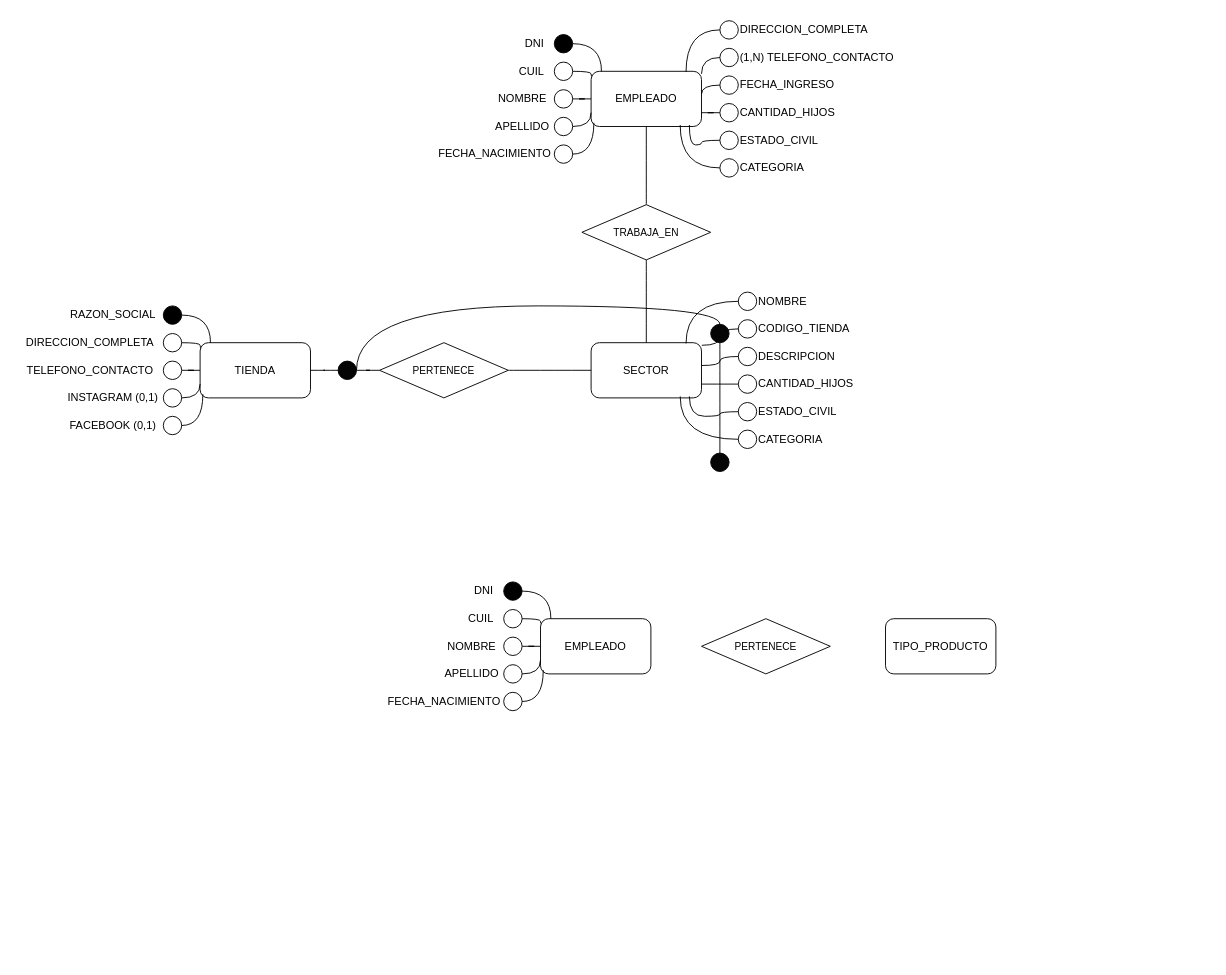
This is Practica_2 /Modelado_4.drawio from imnotsetro/DBD, a draw.io file, before an edit. Source tidied: cells renumbered, new cells numbered last; positions are measured from the earlier drawing's top-left corner, leaving out a move shared by most shapes. Both pictures are drawn from the tidied source at 92%, with x=0, y=0 at pixel (16, 16).
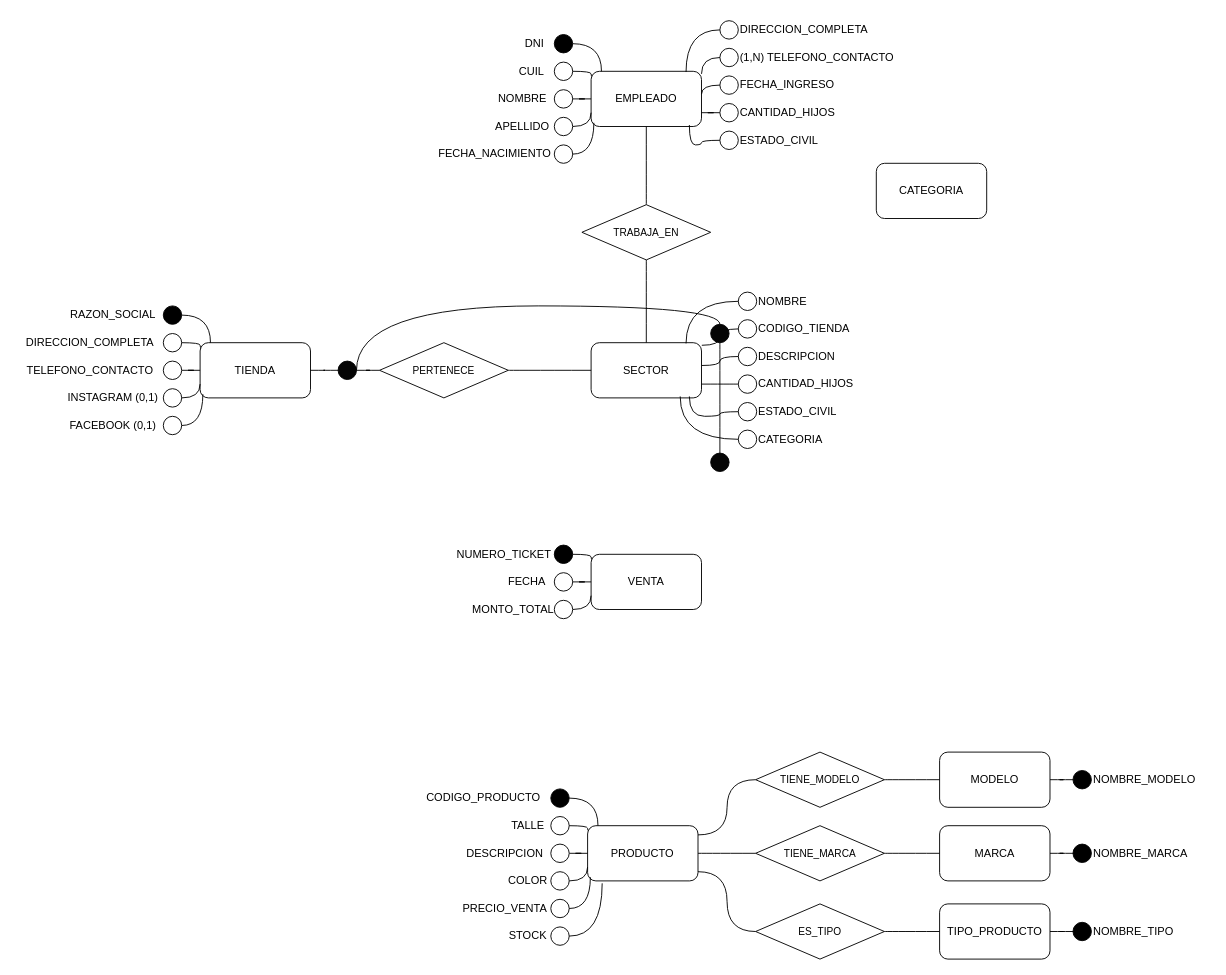
Above is the later version.

Unchanged cells that the change refers to:
```xml
<mxCell id="19" value="EMPLEADO" style="rounded=1;whiteSpace=wrap;html=1;" parent="1" vertex="1">
  <mxGeometry x="625" y="60" width="120" height="60" as="geometry" />
</mxCell>
```

What changed in the source:
```diff
@@
-    <mxCell id="45" value="CATEGORIA" style="text;html=1;align=left;verticalAlign=middle;strokeColor=none;fillColor=none;" parent="1" vertex="1">
-      <mxGeometry x="785" y="150" width="90" height="30" as="geometry" />
-    </mxCell>
@@
-    <mxCell id="47" style="ellipse;whiteSpace=wrap;html=1;" parent="1" vertex="1">
-      <mxGeometry x="765" y="155" width="20" height="20" as="geometry" />
-    </mxCell>
-    <mxCell id="48" style="edgeStyle=orthogonalEdgeStyle;shape=connector;curved=1;rounded=0;jettySize=auto;html=1;entryX=0.807;entryY=0.973;entryDx=0;entryDy=0;entryPerimeter=0;strokeColor=default;align=center;verticalAlign=middle;fontFamily=Helvetica;fontSize=11;fontColor=default;labelBackgroundColor=default;endArrow=none;endFill=0;" parent="1" edge="1" source="47" target="19">
-      <mxGeometry relative="1" as="geometry" />
-    </mxCell>
@@
+    <mxCell id="101" style="edgeStyle=orthogonalEdgeStyle;shape=connector;curved=1;rounded=0;jettySize=auto;html=1;strokeColor=default;align=center;verticalAlign=middle;fontFamily=Helvetica;fontSize=11;fontColor=default;labelBackgroundColor=default;endArrow=none;endFill=0;" parent="1" edge="1" source="83" target="107">
+      <mxGeometry relative="1" as="geometry" />
+    </mxCell>
     <mxCell id="83" value="TIPO_PRODUCTO" style="rounded=1;whiteSpace=wrap;html=1;" parent="1" vertex="1">
-      <mxGeometry x="945" y="655" width="120" height="60" as="geometry" />
+      <mxGeometry x="1003.8" y="965" width="120" height="60" as="geometry" />
     </mxCell>
+    <mxCell id="102" style="edgeStyle=orthogonalEdgeStyle;shape=connector;curved=1;rounded=0;jettySize=auto;html=1;entryX=0;entryY=0.5;entryDx=0;entryDy=0;strokeColor=default;align=center;verticalAlign=middle;fontFamily=Helvetica;fontSize=11;fontColor=default;labelBackgroundColor=default;endArrow=none;endFill=0;" parent="1" edge="1" source="84" target="100">
+      <mxGeometry relative="1" as="geometry">
+        <Array as="points">
+          <mxPoint x="772.8" y="930" />
+          <mxPoint x="772.8" y="995" />
+        </Array>
+      </mxGeometry>
+    </mxCell>
+    <mxCell id="103" style="edgeStyle=orthogonalEdgeStyle;shape=connector;curved=1;rounded=0;jettySize=auto;html=1;entryX=0;entryY=0.5;entryDx=0;entryDy=0;strokeColor=default;align=center;verticalAlign=middle;fontFamily=Helvetica;fontSize=11;fontColor=default;labelBackgroundColor=default;endArrow=none;endFill=0;" parent="1" edge="1" source="84" target="113">
+      <mxGeometry relative="1" as="geometry" />
+    </mxCell>
+    <mxCell id="104" style="edgeStyle=orthogonalEdgeStyle;shape=connector;curved=1;rounded=0;jettySize=auto;html=1;entryX=0;entryY=0.5;entryDx=0;entryDy=0;strokeColor=default;align=center;verticalAlign=middle;fontFamily=Helvetica;fontSize=11;fontColor=default;labelBackgroundColor=default;endArrow=none;endFill=0;" parent="1" edge="1" source="84" target="119">
+      <mxGeometry relative="1" as="geometry">
+        <Array as="points">
+          <mxPoint x="772.8" y="890" />
+          <mxPoint x="772.8" y="830" />
+        </Array>
+      </mxGeometry>
+    </mxCell>
-    <mxCell id="84" value="EMPLEADO" style="rounded=1;whiteSpace=wrap;html=1;" parent="1" vertex="1">
-      <mxGeometry x="570" y="655" width="120" height="60" as="geometry" />
+    <mxCell id="84" value="PRODUCTO" style="rounded=1;whiteSpace=wrap;html=1;" parent="1" vertex="1">
+      <mxGeometry x="621.2" y="880" width="120" height="60" as="geometry" />
     </mxCell>
     <mxCell id="85" style="ellipse;whiteSpace=wrap;html=1;fillColor=#000000;" parent="1" vertex="1">
-      <mxGeometry x="530" y="615" width="20" height="20" as="geometry" />
+      <mxGeometry x="581.2" y="840" width="20" height="20" as="geometry" />
     </mxCell>
-    <mxCell id="86" value="&lt;div&gt;DNI&lt;br&gt;&lt;/div&gt;" style="text;html=1;align=right;verticalAlign=middle;strokeColor=none;fillColor=none;" parent="1" vertex="1">
-      <mxGeometry x="480" y="610" width="40" height="30" as="geometry" />
+    <mxCell id="86" value="CODIGO_PRODUCTO" style="text;html=1;align=right;verticalAlign=middle;strokeColor=none;fillColor=none;" parent="1" vertex="1">
+      <mxGeometry x="421.2" y="835" width="150" height="30" as="geometry" />
     </mxCell>
     <mxCell id="87" style="ellipse;whiteSpace=wrap;html=1;" parent="1" vertex="1">
-      <mxGeometry x="530" y="645" width="20" height="20" as="geometry" />
+      <mxGeometry x="581.2" y="870" width="20" height="20" as="geometry" />
     </mxCell>
-    <mxCell id="88" value="CUIL" style="text;html=1;align=center;verticalAlign=middle;strokeColor=none;fillColor=none;" parent="1" vertex="1">
-      <mxGeometry x="480" y="640" width="50" height="30" as="geometry" />
+    <mxCell id="88" value="TALLE" style="text;html=1;align=center;verticalAlign=middle;strokeColor=none;fillColor=none;" parent="1" vertex="1">
+      <mxGeometry x="526.2" y="865" width="60" height="30" as="geometry" />
     </mxCell>
@@
     <mxCell id="90" style="ellipse;whiteSpace=wrap;html=1;" parent="1" vertex="1">
-      <mxGeometry x="530" y="675" width="20" height="20" as="geometry" />
+      <mxGeometry x="581.2" y="900" width="20" height="20" as="geometry" />
     </mxCell>
-    <mxCell id="91" value="NOMBRE" style="text;html=1;align=center;verticalAlign=middle;strokeColor=none;fillColor=none;" parent="1" vertex="1">
-      <mxGeometry x="455" y="670" width="80" height="30" as="geometry" />
+    <mxCell id="91" value="DESCRIPCION" style="text;html=1;align=center;verticalAlign=middle;strokeColor=none;fillColor=none;" parent="1" vertex="1">
+      <mxGeometry x="476.2" y="895" width="110" height="30" as="geometry" />
     </mxCell>
@@
     <mxCell id="93" style="ellipse;whiteSpace=wrap;html=1;" parent="1" vertex="1">
-      <mxGeometry x="530" y="705" width="20" height="20" as="geometry" />
+      <mxGeometry x="581.2" y="930" width="20" height="20" as="geometry" />
     </mxCell>
-    <mxCell id="94" value="APELLIDO" style="text;html=1;align=center;verticalAlign=middle;strokeColor=none;fillColor=none;" parent="1" vertex="1">
-      <mxGeometry x="455" y="700" width="80" height="30" as="geometry" />
+    <mxCell id="94" value="COLOR" style="text;html=1;align=center;verticalAlign=middle;strokeColor=none;fillColor=none;" parent="1" vertex="1">
+      <mxGeometry x="521.2" y="925" width="70" height="30" as="geometry" />
     </mxCell>
     <mxCell id="95" style="ellipse;whiteSpace=wrap;html=1;" parent="1" vertex="1">
-      <mxGeometry x="530" y="735" width="20" height="20" as="geometry" />
+      <mxGeometry x="581.2" y="960" width="20" height="20" as="geometry" />
     </mxCell>
-    <mxCell id="96" value="FECHA_NACIMIENTO" style="text;html=1;align=center;verticalAlign=middle;strokeColor=none;fillColor=none;" parent="1" vertex="1">
-      <mxGeometry x="395" y="730" width="140" height="30" as="geometry" />
+    <mxCell id="96" value="PRECIO_VENTA" style="text;html=1;align=center;verticalAlign=middle;strokeColor=none;fillColor=none;" parent="1" vertex="1">
+      <mxGeometry x="476.2" y="955" width="110" height="30" as="geometry" />
     </mxCell>
@@
+    <mxCell id="105" style="edgeStyle=orthogonalEdgeStyle;shape=connector;curved=1;rounded=0;jettySize=auto;html=1;strokeColor=default;align=center;verticalAlign=middle;fontFamily=Helvetica;fontSize=11;fontColor=default;labelBackgroundColor=default;endArrow=none;endFill=0;" parent="1" edge="1" source="100" target="83">
+      <mxGeometry relative="1" as="geometry" />
+    </mxCell>
-    <mxCell id="100" value="PERTENECE" style="rhombus;whiteSpace=wrap;html=1;fontFamily=Helvetica;fontSize=11;fontColor=default;labelBackgroundColor=default;" parent="1" vertex="1">
-      <mxGeometry x="745" y="655" width="140" height="60" as="geometry" />
+    <mxCell id="100" value="ES_TIPO" style="rhombus;whiteSpace=wrap;html=1;fontFamily=Helvetica;fontSize=11;fontColor=default;labelBackgroundColor=default;" parent="1" vertex="1">
+      <mxGeometry x="803.8" y="965" width="140" height="60" as="geometry" />
     </mxCell>
+    <mxCell id="106" value="NOMBRE_TIPO" style="text;html=1;align=left;verticalAlign=middle;strokeColor=none;fillColor=none;" parent="1" vertex="1">
+      <mxGeometry x="1168.8" y="980" width="110" height="30" as="geometry" />
+    </mxCell>
+    <mxCell id="107" style="ellipse;whiteSpace=wrap;html=1;fillColor=#000000;" parent="1" vertex="1">
+      <mxGeometry x="1148.8" y="985" width="20" height="20" as="geometry" />
+    </mxCell>
+    <mxCell id="45" value="CATEGORIA" style="rounded=1;whiteSpace=wrap;html=1;" parent="1" vertex="1">
+      <mxGeometry x="935" y="160" width="120" height="60" as="geometry" />
+    </mxCell>
+    <mxCell id="108" style="edgeStyle=orthogonalEdgeStyle;shape=connector;curved=1;rounded=0;jettySize=auto;html=1;strokeColor=default;align=center;verticalAlign=middle;fontFamily=Helvetica;fontSize=11;fontColor=default;labelBackgroundColor=default;endArrow=none;endFill=0;" parent="1" edge="1" source="109" target="111">
+      <mxGeometry relative="1" as="geometry" />
+    </mxCell>
+    <mxCell id="109" value="MARCA" style="rounded=1;whiteSpace=wrap;html=1;" parent="1" vertex="1">
+      <mxGeometry x="1003.8" y="880" width="120" height="60" as="geometry" />
+    </mxCell>
+    <mxCell id="110" value="NOMBRE_MARCA" style="text;html=1;align=left;verticalAlign=middle;strokeColor=none;fillColor=none;" parent="1" vertex="1">
+      <mxGeometry x="1168.8" y="895" width="120" height="30" as="geometry" />
+    </mxCell>
+    <mxCell id="111" style="ellipse;whiteSpace=wrap;html=1;fillColor=#000000;" parent="1" vertex="1">
+      <mxGeometry x="1148.8" y="900" width="20" height="20" as="geometry" />
+    </mxCell>
+    <mxCell id="112" style="edgeStyle=orthogonalEdgeStyle;shape=connector;curved=1;rounded=0;jettySize=auto;html=1;strokeColor=default;align=center;verticalAlign=middle;fontFamily=Helvetica;fontSize=11;fontColor=default;labelBackgroundColor=default;endArrow=none;endFill=0;" parent="1" edge="1" source="113" target="109">
+      <mxGeometry relative="1" as="geometry" />
+    </mxCell>
+    <mxCell id="113" value="TIENE_MARCA" style="rhombus;whiteSpace=wrap;html=1;fontFamily=Helvetica;fontSize=11;fontColor=default;labelBackgroundColor=default;" parent="1" vertex="1">
+      <mxGeometry x="803.8" y="880" width="140" height="60" as="geometry" />
+    </mxCell>
+    <mxCell id="114" style="edgeStyle=orthogonalEdgeStyle;shape=connector;curved=1;rounded=0;jettySize=auto;html=1;strokeColor=default;align=center;verticalAlign=middle;fontFamily=Helvetica;fontSize=11;fontColor=default;labelBackgroundColor=default;endArrow=none;endFill=0;" parent="1" edge="1" source="115" target="117">
+      <mxGeometry relative="1" as="geometry" />
+    </mxCell>
+    <mxCell id="115" value="MODELO" style="rounded=1;whiteSpace=wrap;html=1;" parent="1" vertex="1">
+      <mxGeometry x="1003.8" y="800" width="120" height="60" as="geometry" />
+    </mxCell>
+    <mxCell id="116" value="NOMBRE_MODELO" style="text;html=1;align=left;verticalAlign=middle;strokeColor=none;fillColor=none;" parent="1" vertex="1">
+      <mxGeometry x="1168.8" y="815" width="130" height="30" as="geometry" />
+    </mxCell>
+    <mxCell id="117" style="ellipse;whiteSpace=wrap;html=1;fillColor=#000000;" parent="1" vertex="1">
+      <mxGeometry x="1148.8" y="820" width="20" height="20" as="geometry" />
+    </mxCell>
+    <mxCell id="118" style="edgeStyle=orthogonalEdgeStyle;shape=connector;curved=1;rounded=0;jettySize=auto;html=1;strokeColor=default;align=center;verticalAlign=middle;fontFamily=Helvetica;fontSize=11;fontColor=default;labelBackgroundColor=default;endArrow=none;endFill=0;" parent="1" edge="1" source="119" target="115">
+      <mxGeometry relative="1" as="geometry" />
+    </mxCell>
+    <mxCell id="119" value="TIENE_MODELO" style="rhombus;whiteSpace=wrap;html=1;fontFamily=Helvetica;fontSize=11;fontColor=default;labelBackgroundColor=default;" parent="1" vertex="1">
+      <mxGeometry x="803.8" y="800" width="140" height="60" as="geometry" />
+    </mxCell>
+    <mxCell id="120" style="ellipse;whiteSpace=wrap;html=1;" parent="1" vertex="1">
+      <mxGeometry x="581.2" y="990" width="20" height="20" as="geometry" />
+    </mxCell>
+    <mxCell id="121" style="edgeStyle=orthogonalEdgeStyle;shape=connector;curved=1;rounded=0;jettySize=auto;html=1;entryX=0.132;entryY=1.044;entryDx=0;entryDy=0;entryPerimeter=0;strokeColor=default;align=center;verticalAlign=middle;fontFamily=Helvetica;fontSize=11;fontColor=default;labelBackgroundColor=default;endArrow=none;endFill=0;" parent="1" edge="1" source="120" target="84">
+      <mxGeometry relative="1" as="geometry" />
+    </mxCell>
+    <mxCell id="122" value="STOCK" style="text;html=1;align=center;verticalAlign=middle;strokeColor=none;fillColor=none;" parent="1" vertex="1">
+      <mxGeometry x="526.2" y="985" width="60" height="30" as="geometry" />
+    </mxCell>
+    <mxCell id="123" value="VENTA" style="rounded=1;whiteSpace=wrap;html=1;" parent="1" vertex="1">
+      <mxGeometry x="625" y="585" width="120" height="60" as="geometry" />
+    </mxCell>
+    <mxCell id="124" style="ellipse;whiteSpace=wrap;html=1;fillColor=#000000;" parent="1" vertex="1">
+      <mxGeometry x="585" y="575" width="20" height="20" as="geometry" />
+    </mxCell>
+    <mxCell id="125" value="NUMERO_TICKET" style="text;html=1;align=center;verticalAlign=middle;strokeColor=none;fillColor=none;" parent="1" vertex="1">
+      <mxGeometry x="465" y="570" width="130" height="30" as="geometry" />
+    </mxCell>
+    <mxCell id="126" style="edgeStyle=orthogonalEdgeStyle;shape=connector;curved=1;rounded=0;jettySize=auto;html=1;entryX=0;entryY=0.5;entryDx=0;entryDy=0;strokeColor=default;align=center;verticalAlign=middle;fontFamily=Helvetica;fontSize=11;fontColor=default;labelBackgroundColor=default;endArrow=none;endFill=0;" parent="1" edge="1" source="127" target="123">
+      <mxGeometry relative="1" as="geometry" />
+    </mxCell>
+    <mxCell id="127" style="ellipse;whiteSpace=wrap;html=1;" parent="1" vertex="1">
+      <mxGeometry x="585" y="605" width="20" height="20" as="geometry" />
+    </mxCell>
+    <mxCell id="128" value="FECHA" style="text;html=1;align=center;verticalAlign=middle;strokeColor=none;fillColor=none;" parent="1" vertex="1">
+      <mxGeometry x="525" y="600" width="60" height="30" as="geometry" />
+    </mxCell>
+    <mxCell id="129" style="edgeStyle=orthogonalEdgeStyle;shape=connector;curved=1;rounded=0;jettySize=auto;html=1;entryX=0;entryY=0.75;entryDx=0;entryDy=0;strokeColor=default;align=center;verticalAlign=middle;fontFamily=Helvetica;fontSize=11;fontColor=default;labelBackgroundColor=default;endArrow=none;endFill=0;" parent="1" edge="1" source="130" target="123">
+      <mxGeometry relative="1" as="geometry" />
+    </mxCell>
+    <mxCell id="130" style="ellipse;whiteSpace=wrap;html=1;" parent="1" vertex="1">
+      <mxGeometry x="585" y="635" width="20" height="20" as="geometry" />
+    </mxCell>
+    <mxCell id="131" value="MONTO_TOTAL" style="text;html=1;align=center;verticalAlign=middle;strokeColor=none;fillColor=none;" parent="1" vertex="1">
+      <mxGeometry x="485" y="630" width="110" height="30" as="geometry" />
+    </mxCell>
+    <mxCell id="132" style="edgeStyle=orthogonalEdgeStyle;shape=connector;curved=1;rounded=0;jettySize=auto;html=1;entryX=0.011;entryY=0.094;entryDx=0;entryDy=0;entryPerimeter=0;strokeColor=default;align=center;verticalAlign=middle;fontFamily=Helvetica;fontSize=11;fontColor=default;labelBackgroundColor=default;endArrow=none;endFill=0;" parent="1" edge="1" source="124" target="123">
+      <mxGeometry relative="1" as="geometry" />
+    </mxCell>
```
